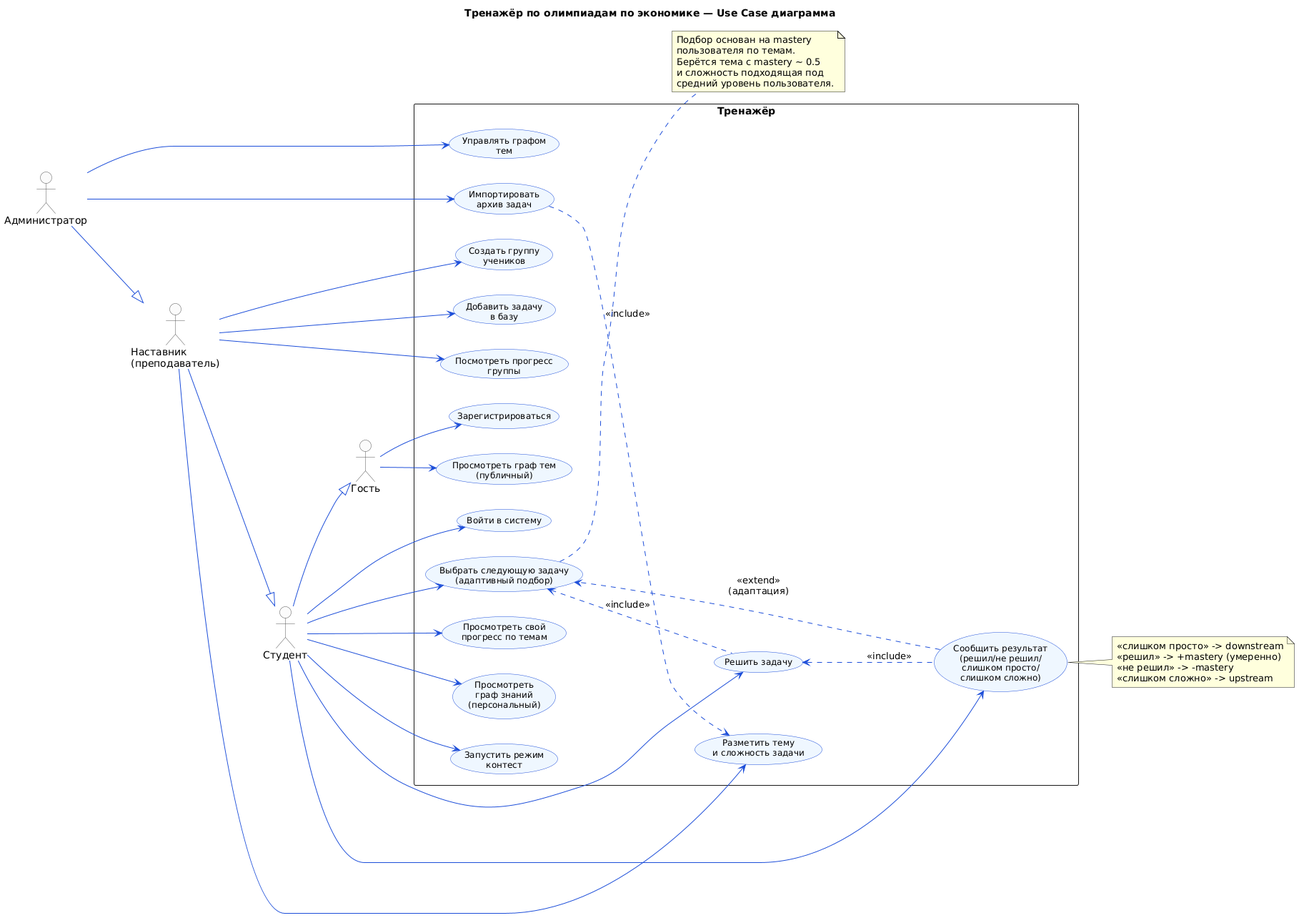
Before: docs/use-case.png, a diagram exported from PlantUML (igorshunov/econ-olympiad-trainer). Source of this version:
```plantuml
@startuml
left to right direction
skinparam packageStyle rectangle
skinparam shadowing false
skinparam actor {
  BackgroundColor #FAFAFA
  BorderColor #555555
}
skinparam usecase {
  BackgroundColor #EFF6FF
  BorderColor #1D4ED8
  ArrowColor #1D4ED8
  FontSize 12
}

title Тренажёр по олимпиадам по экономике — Use Case диаграмма

actor "Гость" as Guest
actor "Студент" as Student
actor "Наставник\n(преподаватель)" as Tutor
actor "Администратор" as Admin

Student --|> Guest
Tutor --|> Student
Admin --|> Tutor

rectangle "Тренажёр" {
  usecase "Просмотреть граф тем\n(публичный)" as UC_ViewPublicGraph
  usecase "Зарегистрироваться" as UC_Register
  usecase "Войти в систему" as UC_Login
  usecase "Выбрать следующую задачу\n(адаптивный подбор)" as UC_NextTask
  usecase "Решить задачу" as UC_SolveTask
  usecase "Сообщить результат\n(решил/не решил/\nслишком просто/\nслишком сложно)" as UC_Feedback
  usecase "Просмотреть свой\nпрогресс по темам" as UC_ViewProgress
  usecase "Просмотреть\nграф знаний\n(персональный)" as UC_ViewPersonalGraph
  usecase "Запустить режим\nконтест" as UC_Contest
  usecase "Создать группу\nучеников" as UC_CreateGroup
  usecase "Посмотреть прогресс\nгруппы" as UC_GroupStats
  usecase "Добавить задачу\nв базу" as UC_AddTask
  usecase "Разметить тему\nи сложность задачи" as UC_TagTask
  usecase "Управлять графом\nтем" as UC_ManageGraph
  usecase "Импортировать\nархив задач" as UC_ImportArchive
}

Guest --> UC_ViewPublicGraph
Guest --> UC_Register

Student --> UC_Login
Student --> UC_NextTask
Student --> UC_SolveTask
Student --> UC_Feedback
Student --> UC_ViewProgress
Student --> UC_ViewPersonalGraph
Student --> UC_Contest

Tutor --> UC_CreateGroup
Tutor --> UC_GroupStats
Tutor --> UC_AddTask
Tutor --> UC_TagTask

Admin --> UC_ManageGraph
Admin --> UC_ImportArchive

UC_NextTask <.. UC_SolveTask : <<include>>
UC_SolveTask <.. UC_Feedback : <<include>>
UC_Feedback ..> UC_NextTask : <<extend>>\n(адаптация)
UC_ImportArchive ..> UC_TagTask : <<include>>

note right of UC_NextTask
  Подбор основан на mastery
  пользователя по темам.
  Берётся тема с mastery ~ 0.5
  и сложность подходящая под
  средний уровень пользователя.
end note

note right of UC_Feedback
  «слишком просто» -> downstream
  «решил» -> +mastery (умеренно)
  «не решил» -> -mastery
  «слишком сложно» -> upstream
end note
@enduml
```
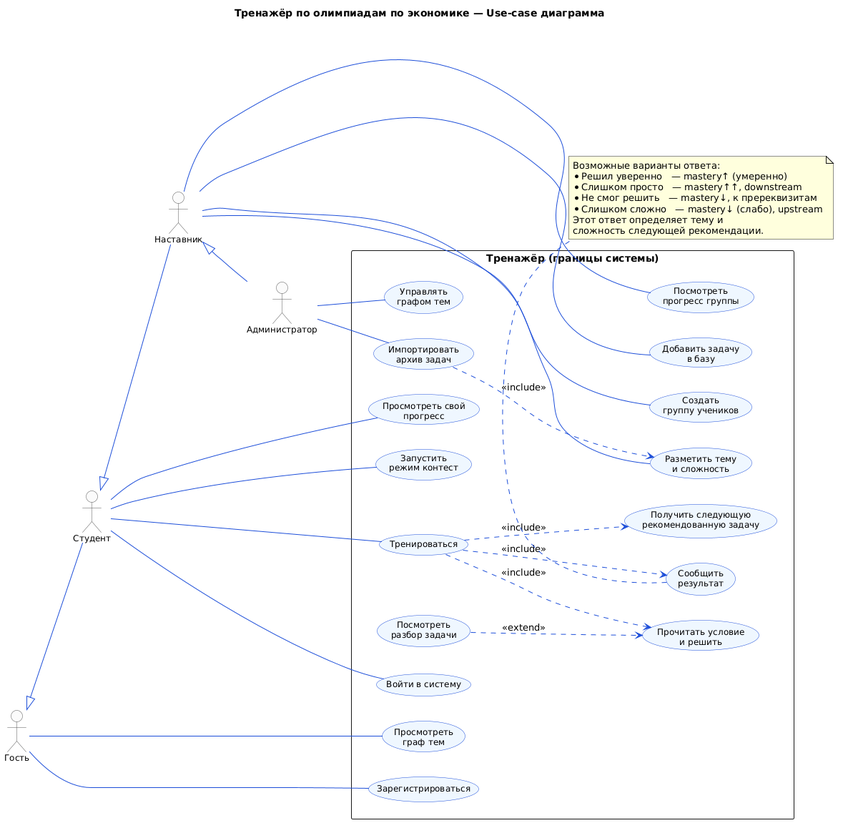
Above is the later version.

Commit message:
Fix use-case diagram: UML notation per habr article (associations без стрелок, проверены include/extend)

Change to the diagram source:
```diff
@@ -1,83 +1,95 @@
 @startuml
+
 left to right direction
+skinparam shadowing false
 skinparam packageStyle rectangle
-skinparam shadowing false
 skinparam actor {
   BackgroundColor #FAFAFA
-  BorderColor #555555
+  BorderColor      #555555
+  FontSize         12
 }
 skinparam usecase {
-  BackgroundColor #EFF6FF
-  BorderColor #1D4ED8
-  ArrowColor #1D4ED8
-  FontSize 12
+  BackgroundColor  #EFF6FF
+  BorderColor      #1D4ED8
+  ArrowColor       #1D4ED8
+  FontSize         12
 }
 
-title Тренажёр по олимпиадам по экономике — Use Case диаграмма
+title Тренажёр по олимпиадам по экономике — Use-case диаграмма
 
-actor "Гость" as Guest
-actor "Студент" as Student
-actor "Наставник\n(преподаватель)" as Tutor
-actor "Администратор" as Admin
+actor "Гость"           as Guest
+actor "Студент"         as Student
+actor "Наставник"       as Tutor
+actor "Администратор"   as Admin
 
-Student --|> Guest
-Tutor --|> Student
-Admin --|> Tutor
+Guest  <|-- Student
+Student <|-- Tutor
+Tutor   <|-- Admin
 
-rectangle "Тренажёр" {
-  usecase "Просмотреть граф тем\n(публичный)" as UC_ViewPublicGraph
-  usecase "Зарегистрироваться" as UC_Register
-  usecase "Войти в систему" as UC_Login
-  usecase "Выбрать следующую задачу\n(адаптивный подбор)" as UC_NextTask
-  usecase "Решить задачу" as UC_SolveTask
-  usecase "Сообщить результат\n(решил/не решил/\nслишком просто/\nслишком сложно)" as UC_Feedback
-  usecase "Просмотреть свой\nпрогресс по темам" as UC_ViewProgress
-  usecase "Просмотреть\nграф знаний\n(персональный)" as UC_ViewPersonalGraph
-  usecase "Запустить режим\nконтест" as UC_Contest
-  usecase "Создать группу\nучеников" as UC_CreateGroup
-  usecase "Посмотреть прогресс\nгруппы" as UC_GroupStats
-  usecase "Добавить задачу\nв базу" as UC_AddTask
-  usecase "Разметить тему\nи сложность задачи" as UC_TagTask
-  usecase "Управлять графом\nтем" as UC_ManageGraph
-  usecase "Импортировать\nархив задач" as UC_ImportArchive
+rectangle "Тренажёр (границы системы)" {
+
+  together {
+    usecase "Просмотреть\nграф тем"       as UC_ViewGraph
+    usecase "Зарегистрироваться"          as UC_Register
+    usecase "Войти в систему"             as UC_Login
+  }
+
+  together {
+    usecase "Тренироваться"               as UC_Train
+    usecase "Получить следующую\nрекомендованную задачу" as UC_NextTask
+    usecase "Прочитать условие\nи решить" as UC_Solve
+    usecase "Посмотреть\nразбор задачи"   as UC_Reveal
+    usecase "Сообщить\nрезультат"         as UC_Feedback
+  }
+
+  together {
+    usecase "Просмотреть свой\nпрогресс"  as UC_ViewProgress
+    usecase "Запустить\nрежим контест"    as UC_Contest
+  }
+
+  together {
+    usecase "Создать\nгруппу учеников"    as UC_CreateGroup
+    usecase "Посмотреть\nпрогресс группы" as UC_GroupStats
+    usecase "Добавить задачу\nв базу"     as UC_AddTask
+    usecase "Разметить тему\nи сложность" as UC_Tag
+  }
+
+  together {
+    usecase "Управлять\nграфом тем"       as UC_ManageGraph
+    usecase "Импортировать\nархив задач"  as UC_Import
+  }
 }
 
-Guest --> UC_ViewPublicGraph
-Guest --> UC_Register
+Guest   -- UC_ViewGraph
+Guest   -- UC_Register
 
-Student --> UC_Login
-Student --> UC_NextTask
-Student --> UC_SolveTask
-Student --> UC_Feedback
-Student --> UC_ViewProgress
-Student --> UC_ViewPersonalGraph
-Student --> UC_Contest
+Student -- UC_Login
+Student -- UC_Train
+Student -- UC_ViewProgress
+Student -- UC_Contest
 
-Tutor --> UC_CreateGroup
-Tutor --> UC_GroupStats
-Tutor --> UC_AddTask
-Tutor --> UC_TagTask
+Tutor   -- UC_CreateGroup
+Tutor   -- UC_GroupStats
+Tutor   -- UC_AddTask
+Tutor   -- UC_Tag
 
-Admin --> UC_ManageGraph
-Admin --> UC_ImportArchive
+Admin   -- UC_ManageGraph
+Admin   -- UC_Import
 
-UC_NextTask <.. UC_SolveTask : <<include>>
-UC_SolveTask <.. UC_Feedback : <<include>>
-UC_Feedback ..> UC_NextTask : <<extend>>\n(адаптация)
-UC_ImportArchive ..> UC_TagTask : <<include>>
+UC_Train  ..> UC_NextTask : <<include>>
+UC_Train  ..> UC_Solve    : <<include>>
+UC_Train  ..> UC_Feedback : <<include>>
+UC_Import ..> UC_Tag      : <<include>>
 
-note right of UC_NextTask
-  Подбор основан на mastery
-  пользователя по темам.
-  Берётся тема с mastery ~ 0.5
-  и сложность подходящая под
-  средний уровень пользователя.
-end note
+UC_Reveal ..> UC_Solve    : <<extend>>
 
-note right of UC_Feedback
-  «слишком просто» -> downstream
-  «решил» -> +mastery (умеренно)
-  «не решил» -> -mastery
-  «слишком сложно» -> upstream
+note bottom of UC_Feedback
+  Возможные варианты ответа:
+  * Решил уверенно   — mastery↑ (умеренно)
+  * Слишком просто   — mastery↑↑, downstream
+  * Не смог решить   — mastery↓, к пререквизитам
+  * Слишком сложно   — mastery↓ (слабо), upstream
+  Этот ответ определяет тему и
+  сложность следующей рекомендации.
 end note
 @enduml
```
